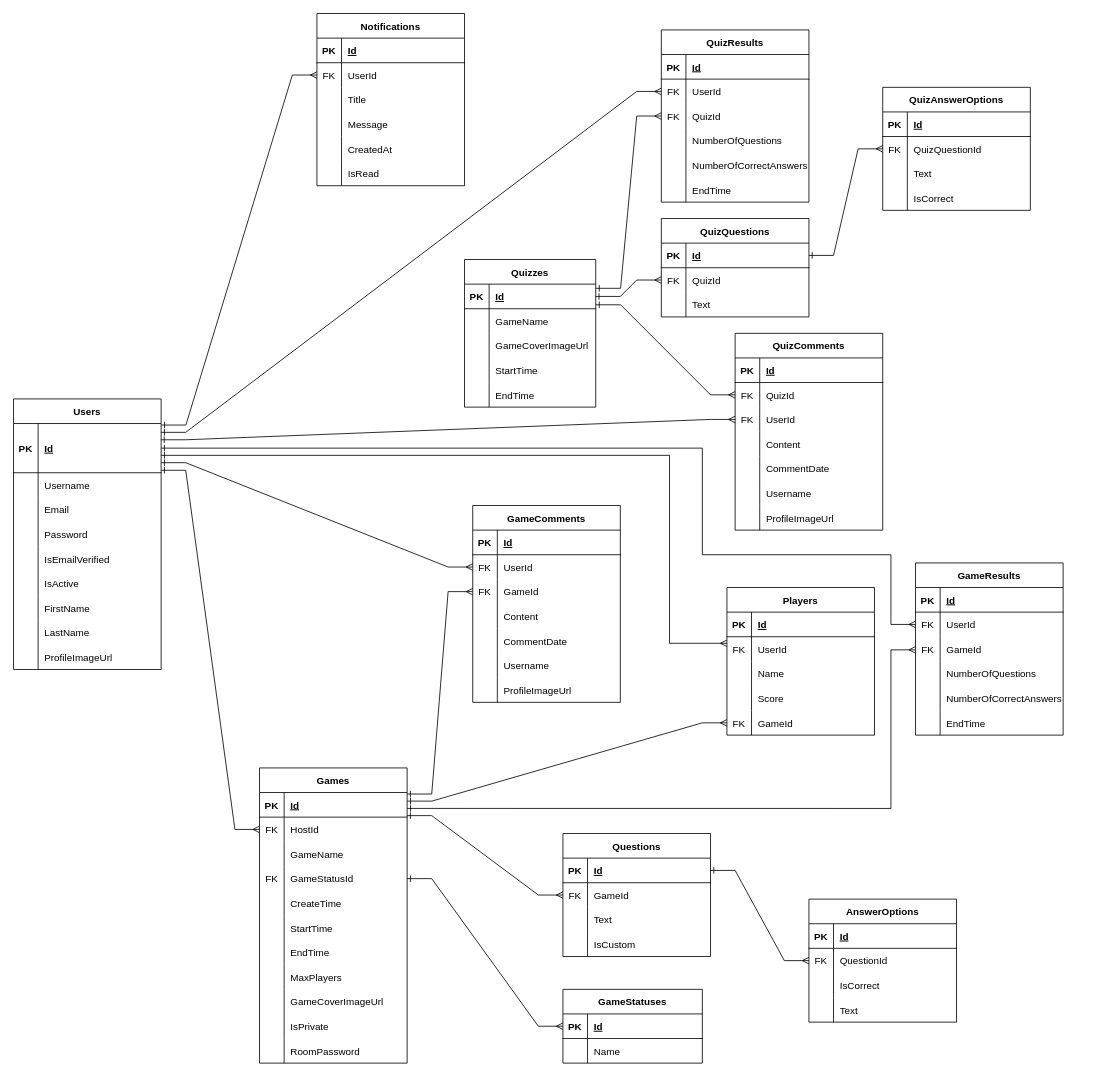
Earlier version of the draw.io diagram Documentation/diagrams/new 2.0/Database.drawio (pome1lo/Bellini). Source tidied: cells renumbered, new cells numbered last; positions are measured from the earlier drawing's top-left corner, leaving out a move shared by most shapes. Both pictures are drawn from the tidied source at 82%, with x=0, y=0 at pixel (13, 13).
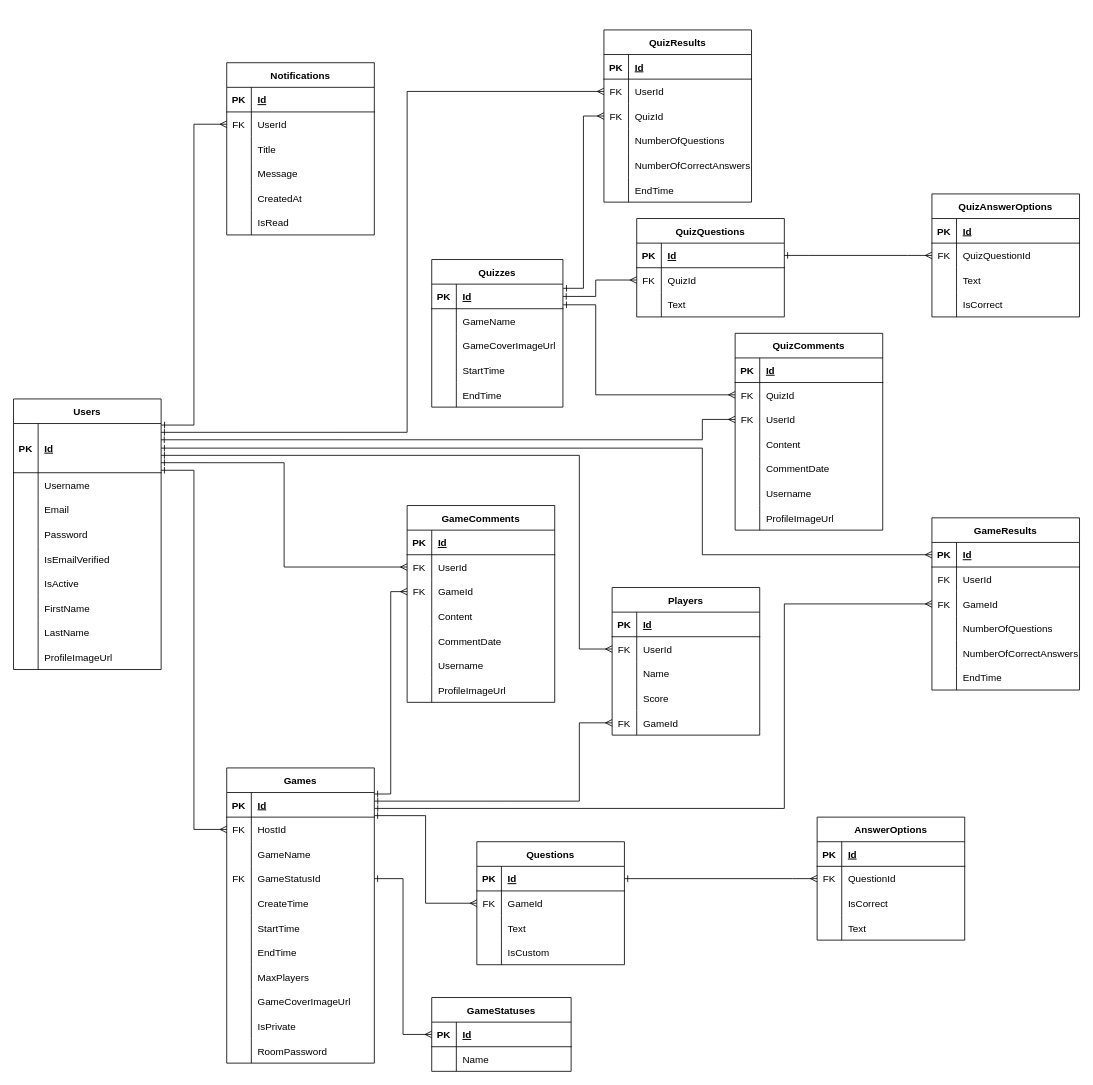
The same diagram, later.

The change refers to these unchanged cells:
```xml
<mxCell id="3" style="shape=partialRectangle;fillColor=none;points=[[0,0.5],[1,0.5]];portConstraint=eastwest;top=0;left=0;right=0;bottom=1;" parent="2" vertex="1">
  <mxGeometry y="30" width="180" height="30" as="geometry" />
</mxCell>
<mxCell id="6" style="shape=partialRectangle;fillColor=none;points=[[0,0.5],[1,0.5]];portConstraint=eastwest;top=0;left=0;right=0;bottom=0;" parent="2" vertex="1">
  <mxGeometry y="60" width="180" height="30" as="geometry" />
</mxCell>
<mxCell id="12" style="shape=partialRectangle;fillColor=none;points=[[0,0.5],[1,0.5]];portConstraint=eastwest;top=0;left=0;right=0;bottom=0;" parent="2" vertex="1">
  <mxGeometry y="120" width="180" height="30" as="geometry" />
</mxCell>
<mxCell id="53" style="shape=partialRectangle;fillColor=none;points=[[0,0.5],[1,0.5]];portConstraint=eastwest;top=0;left=0;right=0;bottom=0;" parent="49" vertex="1">
  <mxGeometry y="60" width="180" height="30" as="geometry" />
</mxCell>
<mxCell id="56" style="shape=partialRectangle;fillColor=none;points=[[0,0.5],[1,0.5]];portConstraint=eastwest;top=0;left=0;right=0;bottom=0;" parent="49" vertex="1">
  <mxGeometry y="90" width="180" height="30" as="geometry" />
</mxCell>
<mxCell id="72" style="shape=partialRectangle;fillColor=none;points=[[0,0.5],[1,0.5]];portConstraint=eastwest;top=0;left=0;right=0;bottom=1;" parent="71" vertex="1">
  <mxGeometry y="30" width="170" height="30" as="geometry" />
</mxCell>
<mxCell id="82" style="shape=partialRectangle;fillColor=none;points=[[0,0.5],[1,0.5]];portConstraint=eastwest;top=0;left=0;right=0;bottom=0;" parent="78" vertex="1">
  <mxGeometry y="60" width="180" height="30" as="geometry" />
</mxCell>
<mxCell id="91" style="shape=partialRectangle;fillColor=none;points=[[0,0.5],[1,0.5]];portConstraint=eastwest;top=0;left=0;right=0;bottom=0;" parent="78" vertex="1">
  <mxGeometry y="150" width="180" height="30" as="geometry" />
</mxCell>
<mxCell id="98" style="shape=partialRectangle;fillColor=none;points=[[0,0.5],[1,0.5]];portConstraint=eastwest;top=0;left=0;right=0;bottom=0;" parent="94" vertex="1">
  <mxGeometry y="60" width="180" height="30" as="geometry" />
</mxCell>
<mxCell id="124" style="shape=partialRectangle;fillColor=none;points=[[0,0.5],[1,0.5]];portConstraint=eastwest;top=0;left=0;right=0;bottom=0;" parent="120" vertex="1">
  <mxGeometry y="60" width="180" height="30" as="geometry" />
</mxCell>
<mxCell id="134" style="shape=partialRectangle;fillColor=none;points=[[0,0.5],[1,0.5]];portConstraint=eastwest;top=0;left=0;right=0;bottom=0;" parent="130" vertex="1">
  <mxGeometry y="60" width="180" height="30" as="geometry" />
</mxCell>
<mxCell id="137" style="shape=partialRectangle;fillColor=none;points=[[0,0.5],[1,0.5]];portConstraint=eastwest;top=0;left=0;right=0;bottom=0;" parent="130" vertex="1">
  <mxGeometry y="90" width="180" height="30" as="geometry" />
</mxCell>
<mxCell id="151" style="shape=partialRectangle;fillColor=none;points=[[0,0.5],[1,0.5]];portConstraint=eastwest;top=0;left=0;right=0;bottom=1;" parent="150" vertex="1">
  <mxGeometry y="30" width="160" height="30" as="geometry" />
</mxCell>
<mxCell id="167" style="shape=partialRectangle;fillColor=none;points=[[0,0.5],[1,0.5]];portConstraint=eastwest;top=0;left=0;right=0;bottom=1;" parent="166" vertex="1">
  <mxGeometry y="30" width="180" height="60" as="geometry" />
</mxCell>
<mxCell id="204" style="shape=partialRectangle;fillColor=none;points=[[0,0.5],[1,0.5]];portConstraint=eastwest;top=0;left=0;right=0;bottom=0;" parent="200" vertex="1">
  <mxGeometry y="60" width="180" height="30" as="geometry" />
</mxCell>
<mxCell id="207" style="shape=partialRectangle;fillColor=none;points=[[0,0.5],[1,0.5]];portConstraint=eastwest;top=0;left=0;right=0;bottom=0;" parent="200" vertex="1">
  <mxGeometry y="90" width="180" height="30" as="geometry" />
</mxCell>
<mxCell id="226" style="shape=partialRectangle;fillColor=none;points=[[0,0.5],[1,0.5]];portConstraint=eastwest;top=0;left=0;right=0;bottom=0;" parent="222" vertex="1">
  <mxGeometry y="60" width="180" height="30" as="geometry" />
</mxCell>
<mxCell id="242" style="shape=partialRectangle;fillColor=none;points=[[0,0.5],[1,0.5]];portConstraint=eastwest;top=0;left=0;right=0;bottom=1;" parent="241" vertex="1">
  <mxGeometry y="30" width="180" height="30" as="geometry" />
</mxCell>
<mxCell id="245" style="shape=partialRectangle;fillColor=none;points=[[0,0.5],[1,0.5]];portConstraint=eastwest;top=0;left=0;right=0;bottom=0;" parent="241" vertex="1">
  <mxGeometry y="60" width="180" height="30" as="geometry" />
</mxCell>
<mxCell id="248" style="shape=partialRectangle;fillColor=none;points=[[0,0.5],[1,0.5]];portConstraint=eastwest;top=0;left=0;right=0;bottom=0;" parent="241" vertex="1">
  <mxGeometry y="90" width="180" height="30" as="geometry" />
</mxCell>
```

What changed in the source:
```diff
@@
     <mxCell id="2" value="Games" style="shape=table;startSize=30;childLayout=tableLayout;rowLines=0;fontStyle=1;align=center;" parent="1" vertex="1">
-      <mxGeometry x="300" y="920" width="180" height="360" as="geometry" />
+      <mxGeometry x="260" y="920" width="180" height="360" as="geometry" />
     </mxCell>
@@
     <mxCell id="36" value="AnswerOptions" style="shape=table;startSize=30;childLayout=tableLayout;rowLines=0;fontStyle=1;align=center;" parent="1" vertex="1">
-      <mxGeometry x="970" y="1080" width="180" height="150" as="geometry" />
+      <mxGeometry x="980" y="980" width="180" height="150" as="geometry" />
     </mxCell>
@@
     <mxCell id="49" value="GameComments" style="shape=table;startSize=30;childLayout=tableLayout;rowLines=0;fontStyle=1;align=center;" parent="1" vertex="1">
-      <mxGeometry x="560" y="600" width="180" height="240" as="geometry" />
+      <mxGeometry x="480" y="600" width="180" height="240" as="geometry" />
     </mxCell>
@@
     <mxCell id="71" value="GameStatuses" style="shape=table;startSize=30;childLayout=tableLayout;rowLines=0;fontStyle=1;align=center;" parent="1" vertex="1">
-      <mxGeometry x="670" y="1190" width="170" height="90" as="geometry" />
+      <mxGeometry x="510" y="1200" width="170" height="90" as="geometry" />
     </mxCell>
@@
     <mxCell id="78" value="Players" style="shape=table;startSize=30;childLayout=tableLayout;rowLines=0;fontStyle=1;align=center;" parent="1" vertex="1">
-      <mxGeometry x="870" y="700" width="180" height="180" as="geometry" />
+      <mxGeometry x="730" y="700" width="180" height="180" as="geometry" />
     </mxCell>
@@
     <mxCell id="94" value="Questions" style="shape=table;startSize=30;childLayout=tableLayout;rowLines=0;fontStyle=1;align=center;" parent="1" vertex="1">
-      <mxGeometry x="670" y="1000" width="180" height="150" as="geometry" />
+      <mxGeometry x="565" y="1010" width="180" height="150" as="geometry" />
     </mxCell>
@@
     <mxCell id="107" value="QuizAnswerOptions" style="shape=table;startSize=30;childLayout=tableLayout;rowLines=0;fontStyle=1;align=center;" parent="1" vertex="1">
-      <mxGeometry x="1060" y="90" width="180" height="150" as="geometry" />
+      <mxGeometry x="1120" y="220" width="180" height="150" as="geometry" />
     </mxCell>
@@
     <mxCell id="120" value="QuizQuestions" style="shape=table;startSize=30;childLayout=tableLayout;rowLines=0;fontStyle=1;align=center;" parent="1" vertex="1">
-      <mxGeometry x="790" y="250" width="180" height="120" as="geometry" />
+      <mxGeometry x="760" y="250" width="180" height="120" as="geometry" />
     </mxCell>
@@
     <mxCell id="130" value="QuizResults" style="shape=table;startSize=30;childLayout=tableLayout;rowLines=0;fontStyle=1;align=center;" parent="1" vertex="1">
-      <mxGeometry x="790" y="20" width="180" height="210" as="geometry" />
+      <mxGeometry x="720" y="20" width="180" height="210" as="geometry" />
     </mxCell>
@@
-    <mxCell id="149" style="edgeStyle=entityRelationEdgeStyle;rounded=0;jettySize=auto;html=1;exitX=1;exitY=0.5;exitDx=0;exitDy=0;entryX=0;entryY=0.5;entryDx=0;entryDy=0;startArrow=ERone;startFill=0;endArrow=ERmany;endFill=0;" parent="1" edge="1" source="151" target="124">
-      <mxGeometry relative="1" as="geometry" />
+    <mxCell id="149" style="edgeStyle=orthogonalEdgeStyle;rounded=0;jettySize=auto;html=1;exitX=1;exitY=0.5;exitDx=0;exitDy=0;entryX=0;entryY=0.5;entryDx=0;entryDy=0;startArrow=ERone;startFill=0;endArrow=ERmany;endFill=0;" parent="1" edge="1" source="151" target="124">
+      <mxGeometry relative="1" as="geometry">
+        <Array as="points">
+          <mxPoint x="710" y="345" />
+          <mxPoint x="710" y="325" />
+        </Array>
+      </mxGeometry>
     </mxCell>
     <mxCell id="150" value="Quizzes" style="shape=table;startSize=30;childLayout=tableLayout;rowLines=0;fontStyle=1;align=center;" parent="1" vertex="1">
-      <mxGeometry x="550" y="300" width="160" height="180" as="geometry" />
+      <mxGeometry x="510" y="300" width="160" height="180" as="geometry" />
     </mxCell>
@@
     <mxCell id="222" value="Notifications" style="shape=table;startSize=30;childLayout=tableLayout;rowLines=0;fontStyle=1;align=center;" parent="1" vertex="1">
-      <mxGeometry x="370" width="180" height="210" as="geometry" />
+      <mxGeometry x="260" y="60" width="180" height="210" as="geometry" />
     </mxCell>
@@
     <mxCell id="241" value="GameResults" style="shape=table;startSize=30;childLayout=tableLayout;rowLines=0;fontStyle=1;align=center;" parent="1" vertex="1">
-      <mxGeometry x="1100" y="670" width="180" height="210" as="geometry" />
+      <mxGeometry x="1120" y="615" width="180" height="210" as="geometry" />
     </mxCell>
@@
-    <mxCell id="260" style="rounded=0;jettySize=auto;html=1;exitX=1.002;exitY=0.17;exitDx=0;exitDy=0;entryX=0;entryY=0.5;entryDx=0;entryDy=0;edgeStyle=entityRelationEdgeStyle;exitPerimeter=0;startArrow=ERone;startFill=0;endArrow=ERmany;endFill=0;" parent="1" edge="1" source="151" target="137">
-      <mxGeometry relative="1" as="geometry">
-        <Array as="points">
-          <mxPoint x="940" y="530" />
-        </Array>
-      </mxGeometry>
+    <mxCell id="260" style="rounded=0;jettySize=auto;html=1;exitX=1.002;exitY=0.17;exitDx=0;exitDy=0;entryX=0;entryY=0.5;entryDx=0;entryDy=0;edgeStyle=orthogonalEdgeStyle;exitPerimeter=0;startArrow=ERone;startFill=0;endArrow=ERmany;endFill=0;" parent="1" edge="1" source="151" target="137">
+      <mxGeometry relative="1" as="geometry" />
     </mxCell>
-    <mxCell id="261" style="edgeStyle=entityRelationEdgeStyle;rounded=0;jettySize=auto;html=1;startArrow=ERone;startFill=0;endArrow=ERmany;endFill=0;" parent="1" edge="1" source="12" target="72">
+    <mxCell id="261" style="edgeStyle=orthogonalEdgeStyle;rounded=0;jettySize=auto;html=1;startArrow=ERone;startFill=0;endArrow=ERmany;endFill=0;" parent="1" edge="1" source="12" target="72">
       <mxGeometry relative="1" as="geometry" />
     </mxCell>
@@
-    <mxCell id="263" style="edgeStyle=entityRelationEdgeStyle;rounded=0;jettySize=auto;html=1;exitX=1.002;exitY=0.84;exitDx=0;exitDy=0;exitPerimeter=0;startArrow=ERone;startFill=0;endArrow=ERmany;endFill=0;" parent="1" edge="1" source="151" target="204">
-      <mxGeometry relative="1" as="geometry" />
+    <mxCell id="263" style="edgeStyle=orthogonalEdgeStyle;rounded=0;jettySize=auto;html=1;exitX=1.002;exitY=0.84;exitDx=0;exitDy=0;exitPerimeter=0;startArrow=ERone;startFill=0;endArrow=ERmany;endFill=0;" parent="1" edge="1" source="151" target="204">
+      <mxGeometry relative="1" as="geometry">
+        <Array as="points">
+          <mxPoint x="710" y="355" />
+          <mxPoint x="710" y="465" />
+        </Array>
+      </mxGeometry>
     </mxCell>
-    <mxCell id="264" style="edgeStyle=entityRelationEdgeStyle;rounded=0;jettySize=auto;html=1;exitX=0.999;exitY=0.33;exitDx=0;exitDy=0;entryX=0;entryY=0.5;entryDx=0;entryDy=0;exitPerimeter=0;endArrow=ERmany;endFill=0;startArrow=ERone;startFill=0;" parent="1" edge="1" source="167" target="207">
-      <mxGeometry relative="1" as="geometry" />
+    <mxCell id="264" style="edgeStyle=orthogonalEdgeStyle;rounded=0;jettySize=auto;html=1;exitX=0.999;exitY=0.33;exitDx=0;exitDy=0;entryX=0;entryY=0.5;entryDx=0;entryDy=0;exitPerimeter=0;endArrow=ERmany;endFill=0;startArrow=ERone;startFill=0;" parent="1" edge="1" source="167" target="207">
+      <mxGeometry relative="1" as="geometry">
+        <Array as="points">
+          <mxPoint x="840" y="520" />
+          <mxPoint x="840" y="495" />
+        </Array>
+      </mxGeometry>
     </mxCell>
-    <mxCell id="265" style="edgeStyle=entityRelationEdgeStyle;rounded=0;jettySize=auto;html=1;exitX=1;exitY=0.179;exitDx=0;exitDy=0;exitPerimeter=0;endArrow=ERmany;endFill=0;startArrow=ERone;startFill=0;" parent="1" edge="1" source="167" target="134">
-      <mxGeometry relative="1" as="geometry" />
+    <mxCell id="265" style="edgeStyle=orthogonalEdgeStyle;rounded=0;jettySize=auto;html=1;exitX=1;exitY=0.179;exitDx=0;exitDy=0;exitPerimeter=0;endArrow=ERmany;endFill=0;startArrow=ERone;startFill=0;" parent="1" edge="1" source="167" target="134">
+      <mxGeometry relative="1" as="geometry">
+        <Array as="points">
+          <mxPoint x="480" y="511" />
+          <mxPoint x="480" y="95" />
+        </Array>
+      </mxGeometry>
     </mxCell>
@@
-    <mxCell id="267" style="edgeStyle=entityRelationEdgeStyle;rounded=0;jettySize=auto;html=1;entryX=1;entryY=-0.061;entryDx=0;entryDy=0;entryPerimeter=0;endArrow=ERone;endFill=0;startArrow=ERmany;startFill=0;" parent="1" edge="1" source="98" target="6">
+    <mxCell id="267" style="edgeStyle=orthogonalEdgeStyle;rounded=0;jettySize=auto;html=1;entryX=1;entryY=-0.061;entryDx=0;entryDy=0;entryPerimeter=0;endArrow=ERone;endFill=0;startArrow=ERmany;startFill=0;" parent="1" edge="1" source="98" target="6">
       <mxGeometry relative="1" as="geometry" />
     </mxCell>
-    <mxCell id="268" style="edgeStyle=entityRelationEdgeStyle;rounded=0;jettySize=auto;html=1;exitX=1.001;exitY=0.031;exitDx=0;exitDy=0;entryX=0;entryY=0.5;entryDx=0;entryDy=0;exitPerimeter=0;endArrow=ERmany;endFill=0;startArrow=ERone;startFill=0;" parent="1" edge="1" source="167" target="226">
+    <mxCell id="268" style="edgeStyle=orthogonalEdgeStyle;rounded=0;jettySize=auto;html=1;exitX=1.001;exitY=0.031;exitDx=0;exitDy=0;entryX=0;entryY=0.5;entryDx=0;entryDy=0;exitPerimeter=0;endArrow=ERmany;endFill=0;startArrow=ERone;startFill=0;" parent="1" edge="1" source="167" target="226">
       <mxGeometry relative="1" as="geometry" />
     </mxCell>
-    <mxCell id="269" style="edgeStyle=entityRelationEdgeStyle;rounded=0;jettySize=auto;html=1;entryX=0;entryY=0.5;entryDx=0;entryDy=0;startArrow=ERone;startFill=0;endArrow=ERmany;endFill=0;" parent="1" edge="1" target="6">
+    <mxCell id="269" style="edgeStyle=orthogonalEdgeStyle;rounded=0;jettySize=auto;html=1;entryX=0;entryY=0.5;entryDx=0;entryDy=0;startArrow=ERone;startFill=0;endArrow=ERmany;endFill=0;" parent="1" edge="1" target="6">
       <mxGeometry relative="1" as="geometry">
         <mxPoint x="180" y="557" as="sourcePoint" />
         <Array as="points">
-          <mxPoint x="580" y="790" />
-          <mxPoint x="660" y="890" />
-          <mxPoint x="640" y="690" />
+          <mxPoint x="220" y="557" />
+          <mxPoint x="220" y="995" />
         </Array>
       </mxGeometry>
     </mxCell>
-    <mxCell id="270" style="edgeStyle=orthogonalEdgeStyle;rounded=0;jettySize=auto;html=1;endArrow=ERone;endFill=0;startArrow=ERmany;startFill=0;entryX=1;entryY=0.5;entryDx=0;entryDy=0;" parent="1" edge="1" source="245" target="167">
+    <mxCell id="270" style="edgeStyle=orthogonalEdgeStyle;rounded=0;jettySize=auto;html=1;endArrow=ERone;endFill=0;startArrow=ERmany;startFill=0;entryX=1;entryY=0.5;entryDx=0;entryDy=0;exitX=0;exitY=0.5;exitDx=0;exitDy=0;" parent="1" edge="1" source="242" target="167">
       <mxGeometry relative="1" as="geometry">
         <Array as="points">
-          <mxPoint x="1070" y="745" />
-          <mxPoint x="1070" y="660" />
+          <mxPoint x="1120" y="660" />
           <mxPoint x="840" y="660" />
           <mxPoint x="840" y="530" />
         </Array>
       </mxGeometry>
     </mxCell>
-    <mxCell id="271" style="edgeStyle=entityRelationEdgeStyle;rounded=0;jettySize=auto;html=1;exitX=0;exitY=0.5;exitDx=0;exitDy=0;entryX=1.001;entryY=0.349;entryDx=0;entryDy=0;entryPerimeter=0;endArrow=ERone;endFill=0;startArrow=ERmany;startFill=0;" parent="1" edge="1" source="91" target="3">
-      <mxGeometry relative="1" as="geometry" />
+    <mxCell id="271" style="edgeStyle=orthogonalEdgeStyle;rounded=0;jettySize=auto;html=1;exitX=0;exitY=0.5;exitDx=0;exitDy=0;entryX=1.001;entryY=0.349;entryDx=0;entryDy=0;entryPerimeter=0;endArrow=ERone;endFill=0;startArrow=ERmany;startFill=0;" parent="1" edge="1" source="91" target="3">
+      <mxGeometry relative="1" as="geometry">
+        <Array as="points">
+          <mxPoint x="690" y="865" />
+          <mxPoint x="690" y="961" />
+        </Array>
+      </mxGeometry>
     </mxCell>
-    <mxCell id="272" style="edgeStyle=orthogonalEdgeStyle;rounded=0;orthogonalLoop=1;jettySize=auto;html=1;entryX=1;entryY=0.664;entryDx=0;entryDy=0;entryPerimeter=0;endArrow=ERone;endFill=0;startArrow=ERmany;startFill=0;" parent="1" edge="1">
+    <mxCell id="272" style="edgeStyle=orthogonalEdgeStyle;rounded=0;jettySize=auto;html=1;entryX=1;entryY=0.664;entryDx=0;entryDy=0;entryPerimeter=0;endArrow=ERone;endFill=0;startArrow=ERmany;startFill=0;exitX=0;exitY=0.5;exitDx=0;exitDy=0;" parent="1" edge="1" source="82">
       <mxGeometry relative="1" as="geometry">
-        <mxPoint x="870" y="768" as="sourcePoint" />
         <mxPoint x="180" y="538.8" as="targetPoint" />
         <Array as="points">
-          <mxPoint x="800" y="768" />
-          <mxPoint x="800" y="539" />
+          <mxPoint x="690" y="775" />
+          <mxPoint x="690" y="539" />
         </Array>
       </mxGeometry>
     </mxCell>
-    <mxCell id="273" style="rounded=0;jettySize=auto;html=1;edgeStyle=orthogonalEdgeStyle;exitX=1.001;exitY=0.646;exitDx=0;exitDy=0;exitPerimeter=0;endArrow=ERmany;endFill=0;startArrow=ERone;startFill=0;" parent="1" edge="1" source="3">
+    <mxCell id="273" style="rounded=0;jettySize=auto;html=1;edgeStyle=orthogonalEdgeStyle;exitX=1.001;exitY=0.646;exitDx=0;exitDy=0;exitPerimeter=0;endArrow=ERmany;endFill=0;startArrow=ERone;startFill=0;entryX=0;entryY=0.5;entryDx=0;entryDy=0;" parent="1" edge="1" source="3" target="248">
       <mxGeometry relative="1" as="geometry">
-        <mxPoint x="1100" y="776" as="targetPoint" />
         <Array as="points">
-          <mxPoint x="1070" y="969" />
-          <mxPoint x="1070" y="776" />
+          <mxPoint x="940" y="969" />
+          <mxPoint x="940" y="720" />
         </Array>
       </mxGeometry>
     </mxCell>
-    <mxCell id="274" style="edgeStyle=entityRelationEdgeStyle;rounded=0;jettySize=auto;html=1;entryX=1;entryY=0.061;entryDx=0;entryDy=0;entryPerimeter=0;endArrow=ERone;endFill=0;startArrow=ERmany;startFill=0;" parent="1" edge="1" source="56" target="3">
+    <mxCell id="274" style="edgeStyle=orthogonalEdgeStyle;rounded=0;jettySize=auto;html=1;entryX=1;entryY=0.061;entryDx=0;entryDy=0;entryPerimeter=0;endArrow=ERone;endFill=0;startArrow=ERmany;startFill=0;" parent="1" edge="1" source="56" target="3">
       <mxGeometry relative="1" as="geometry" />
     </mxCell>
-    <mxCell id="275" style="edgeStyle=entityRelationEdgeStyle;rounded=0;jettySize=auto;html=1;entryX=1;entryY=0.796;entryDx=0;entryDy=0;entryPerimeter=0;endArrow=ERone;endFill=0;startArrow=ERmany;startFill=0;" parent="1" edge="1" source="53" target="167">
+    <mxCell id="275" style="edgeStyle=orthogonalEdgeStyle;rounded=0;jettySize=auto;html=1;entryX=1;entryY=0.796;entryDx=0;entryDy=0;entryPerimeter=0;endArrow=ERone;endFill=0;startArrow=ERmany;startFill=0;" parent="1" edge="1" source="53" target="167">
       <mxGeometry relative="1" as="geometry" />
     </mxCell>
```
